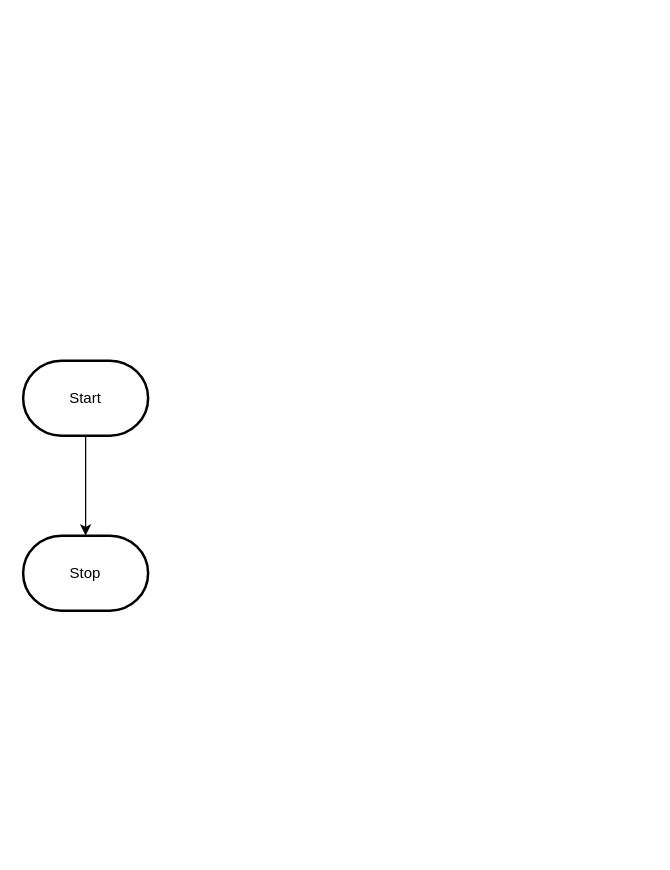
The draw.io diagram design/flowchart.drawio in MTHS-ICS2O-2-2022/ICS2O-Unit-5-08-Lucas-Osmond, before the edit. Source tidied: cells renumbered, new cells numbered last; positions are measured from the earlier drawing's top-left corner, leaving out a move shared by most shapes. Both pictures are drawn from the tidied source at 125%, with x=0, y=0 at pixel (22, 360).
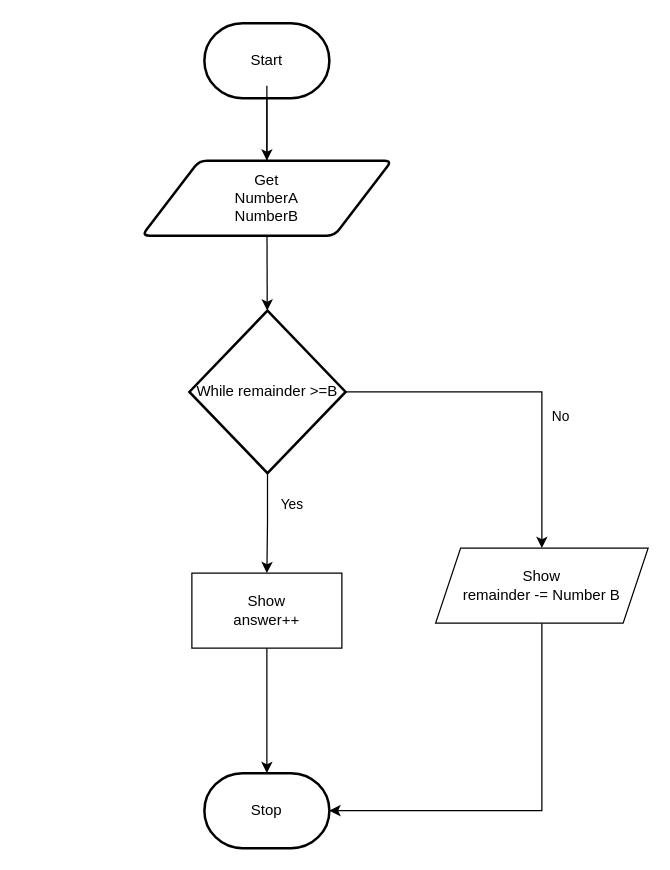
The same diagram, later.

Commit message (it also covers changes not shown here):
Finished flow chart and storyboard

Diff of the diagram source:
```diff
@@
 <mxGraphModel>
   <root>
     <mxCell id="0" />
     <mxCell id="1" parent="0" />
-    <mxCell id="2" style="edgeStyle=orthogonalEdgeStyle;html=1;rounded=0;" parent="1" edge="1" source="3" target="4">
-      <mxGeometry relative="1" as="geometry" />
+    <mxCell id="2" style="edgeStyle=orthogonalEdgeStyle;html=1;rounded=0;" parent="1" edge="1" source="3">
+      <mxGeometry relative="1" as="geometry">
+        <mxPoint x="195" y="-120" as="targetPoint" />
+      </mxGeometry>
     </mxCell>
     <mxCell id="3" value="Start" style="strokeWidth=2;html=1;shape=mxgraph.flowchart.terminator;whiteSpace=wrap;" parent="1" vertex="1">
-      <mxGeometry width="100" height="60" as="geometry" />
+      <mxGeometry x="145" y="-270" width="100" height="60" as="geometry" />
     </mxCell>
+    <mxCell id="5" style="edgeStyle=none;html=1;" parent="1" edge="1" target="7">
+      <mxGeometry relative="1" as="geometry">
+        <mxPoint x="195" y="-220" as="sourcePoint" />
+      </mxGeometry>
+    </mxCell>
     <mxCell id="4" value="Stop" style="strokeWidth=2;html=1;shape=mxgraph.flowchart.terminator;whiteSpace=wrap;" parent="1" vertex="1">
-      <mxGeometry y="140" width="100" height="60" as="geometry" />
+      <mxGeometry x="145" y="330" width="100" height="60" as="geometry" />
     </mxCell>
+    <mxCell id="6" style="edgeStyle=none;html=1;" parent="1" edge="1" source="7" target="10">
+      <mxGeometry relative="1" as="geometry" />
+    </mxCell>
+    <mxCell id="7" value="Get&lt;br&gt;NumberA&lt;br&gt;NumberB" style="shape=parallelogram;html=1;strokeWidth=2;perimeter=parallelogramPerimeter;whiteSpace=wrap;rounded=1;arcSize=12;size=0.23;" parent="1" vertex="1">
+      <mxGeometry x="95" y="-160" width="200" height="60" as="geometry" />
+    </mxCell>
+    <mxCell id="8" style="edgeStyle=orthogonalEdgeStyle;html=1;entryX=0.5;entryY=0;entryDx=0;entryDy=0;rounded=0;" parent="1" edge="1" source="10" target="12">
+      <mxGeometry relative="1" as="geometry" />
+    </mxCell>
+    <mxCell id="9" style="html=1;entryX=0.5;entryY=0;entryDx=0;entryDy=0;edgeStyle=orthogonalEdgeStyle;rounded=0;" parent="1" edge="1" source="10" target="14">
+      <mxGeometry relative="1" as="geometry" />
+    </mxCell>
+    <mxCell id="10" value="While remainder &amp;gt;=B" style="strokeWidth=2;html=1;shape=mxgraph.flowchart.decision;whiteSpace=wrap;" parent="1" vertex="1">
+      <mxGeometry x="133" y="-40" width="125" height="130" as="geometry" />
+    </mxCell>
+    <mxCell id="11" style="edgeStyle=orthogonalEdgeStyle;shape=connector;rounded=0;html=1;labelBackgroundColor=default;strokeColor=default;fontFamily=Helvetica;fontSize=11;fontColor=default;endArrow=classic;" parent="1" edge="1" source="12" target="4">
+      <mxGeometry relative="1" as="geometry" />
+    </mxCell>
+    <mxCell id="12" value="Show&lt;br&gt;answer++" style="rounded=0;whiteSpace=wrap;html=1;" parent="1" vertex="1">
+      <mxGeometry x="135" y="170" width="120" height="60" as="geometry" />
+    </mxCell>
+    <mxCell id="13" style="edgeStyle=orthogonalEdgeStyle;html=1;entryX=1;entryY=0.5;entryDx=0;entryDy=0;entryPerimeter=0;rounded=0;" parent="1" edge="1" source="14" target="4">
+      <mxGeometry relative="1" as="geometry">
+        <Array as="points">
+          <mxPoint x="415" y="360" />
+        </Array>
+      </mxGeometry>
+    </mxCell>
+    <mxCell id="14" value="Show&lt;br&gt;remainder -= Number B" style="shape=parallelogram;perimeter=parallelogramPerimeter;whiteSpace=wrap;html=1;fixedSize=1;" parent="1" vertex="1">
+      <mxGeometry x="330" y="150" width="170" height="60" as="geometry" />
+    </mxCell>
+    <mxCell id="15" value="Yes" style="text;html=1;align=center;verticalAlign=middle;strokeColor=none;fillColor=none;fontSize=11;fontFamily=Helvetica;fontColor=default;" parent="1" vertex="1">
+      <mxGeometry x="195" y="100" width="40" height="30" as="geometry" />
+    </mxCell>
+    <mxCell id="16" value="No" style="text;html=1;align=center;verticalAlign=middle;strokeColor=none;fillColor=none;fontSize=11;fontFamily=Helvetica;fontColor=default;" parent="1" vertex="1">
+      <mxGeometry x="410" y="30" width="40" height="30" as="geometry" />
+    </mxCell>
   </root>
 </mxGraphModel>
```
